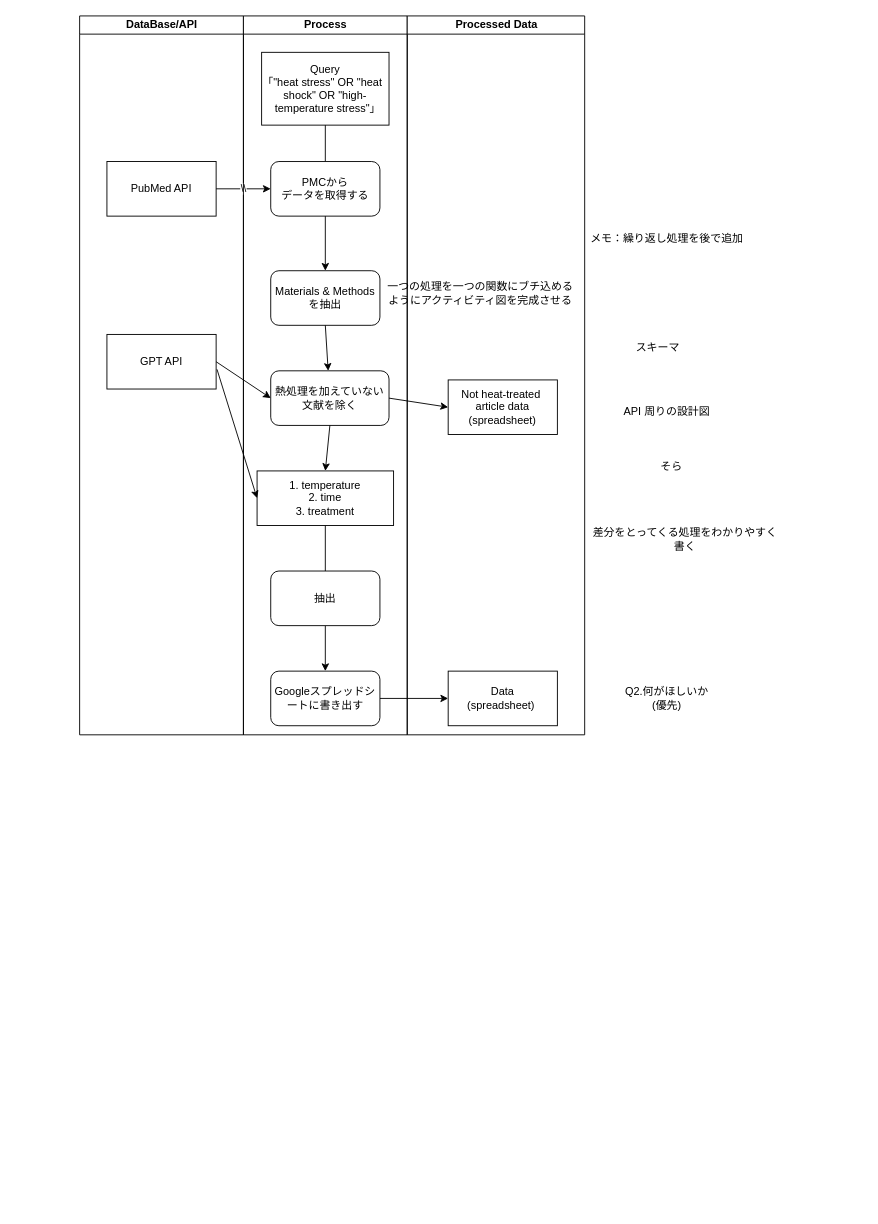
Earlier version of the draw.io diagram documents/yonezawa.drawio (dogrun-inc/research_extract). Source tidied: cells renumbered, new cells numbered last; positions are measured from the earlier drawing's top-left corner, leaving out a move shared by most shapes. Both pictures are drawn from the tidied source at 91%, with x=0, y=0 at pixel (79, 15).
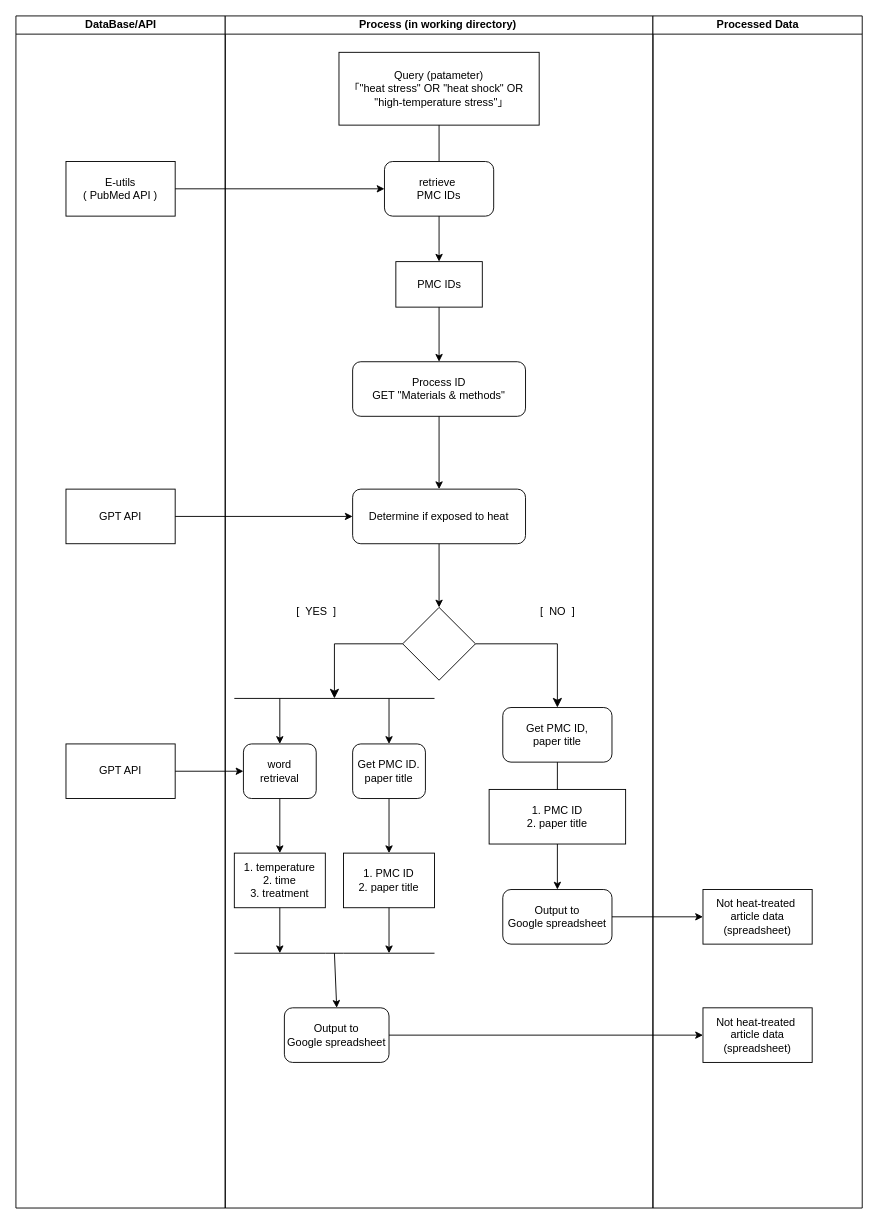
The same page after the edit.

Change to the diagram source:
```diff
@@
     <mxCell id="2" value="DataBase/API" style="swimlane;startSize=20;html=1;fillColor=default;swimlaneFillColor=default;" parent="1" vertex="1">
-      <mxGeometry width="180" height="790" as="geometry" />
+      <mxGeometry x="-70" width="230" height="1310" as="geometry" />
     </mxCell>
-    <mxCell id="3" value="PubMed API" style="rounded=0;whiteSpace=wrap;html=1;" parent="2" vertex="1">
-      <mxGeometry x="30" y="160" width="120" height="60" as="geometry" />
+    <mxCell id="3" value="E-utils&lt;br&gt;( PubMed API )" style="rounded=0;whiteSpace=wrap;html=1;" parent="2" vertex="1">
+      <mxGeometry x="55" y="160" width="120" height="60" as="geometry" />
     </mxCell>
     <mxCell id="4" value="GPT API" style="rounded=0;whiteSpace=wrap;html=1;" parent="2" vertex="1">
-      <mxGeometry x="30" y="350" width="120" height="60" as="geometry" />
+      <mxGeometry x="55" y="520" width="120" height="60" as="geometry" />
     </mxCell>
-    <mxCell id="5" value="\\" style="endArrow=classic;html=1;exitX=1;exitY=0.5;exitDx=0;exitDy=0;entryX=0;entryY=0.5;entryDx=0;entryDy=0;" parent="1" edge="1" source="3" target="11">
-      <mxGeometry relative="1" as="geometry" />
-    </mxCell>
-    <mxCell id="6" style="endArrow=classic;html=1;exitX=1;exitY=0.5;exitDx=0;exitDy=0;entryX=0;entryY=0.5;entryDx=0;entryDy=0;" parent="1" edge="1" source="17" target="21">
-      <mxGeometry relative="1" as="geometry" />
-    </mxCell>
+    <mxCell id="34" value="GPT API" style="rounded=0;whiteSpace=wrap;html=1;" parent="2" vertex="1">
+      <mxGeometry x="55" y="800" width="120" height="60" as="geometry" />
+    </mxCell>
-    <mxCell id="7" value="Process&lt;br&gt;" style="swimlane;startSize=20;html=1;" parent="1" vertex="1">
-      <mxGeometry x="180" width="180" height="790" as="geometry" />
+    <mxCell id="7" value="Process (in working directory)&amp;nbsp;" style="swimlane;startSize=20;html=1;" parent="1" vertex="1">
+      <mxGeometry x="160" width="470" height="1310" as="geometry" />
     </mxCell>
-    <mxCell id="8" value="Query&lt;br&gt;｢&quot;heat stress&quot; OR &quot;heat shock&quot; OR &quot;high-temperature stress&quot;｣" style="rounded=0;whiteSpace=wrap;html=1;" parent="7" vertex="1">
-      <mxGeometry x="20" y="40" width="140" height="80" as="geometry" />
+    <mxCell id="8" value="Query (patameter)&lt;br&gt;｢&quot;heat stress&quot; OR &quot;heat shock&quot; OR &quot;high-temperature stress&quot;｣" style="rounded=0;whiteSpace=wrap;html=1;" parent="7" vertex="1">
+      <mxGeometry x="125" y="40" width="220" height="80" as="geometry" />
     </mxCell>
@@
-    <mxCell id="10" value="熱処理を加えていない文献を除く" style="rounded=1;whiteSpace=wrap;html=1;" parent="7" vertex="1">
-      <mxGeometry x="30" y="390" width="130" height="60" as="geometry" />
-    </mxCell>
-    <mxCell id="11" value="PMCから&lt;br&gt;データを取得する" style="rounded=1;whiteSpace=wrap;html=1;" parent="7" vertex="1">
-      <mxGeometry x="30" y="160" width="120" height="60" as="geometry" />
+    <mxCell id="11" value="retrieve&amp;nbsp;&lt;br&gt;PMC IDs" style="rounded=1;whiteSpace=wrap;html=1;" parent="7" vertex="1">
+      <mxGeometry x="175" y="160" width="120" height="60" as="geometry" />
     </mxCell>
-    <mxCell id="12" style="endArrow=classic;html=1;exitX=0.5;exitY=1;exitDx=0;exitDy=0;entryX=0.5;entryY=0;entryDx=0;entryDy=0;" parent="7" edge="1" source="11" target="14">
+    <mxCell id="12" style="endArrow=classic;html=1;exitX=0.5;exitY=1;exitDx=0;exitDy=0;entryX=0.5;entryY=0;entryDx=0;entryDy=0;" parent="7" edge="1" source="11" target="33">
       <mxGeometry relative="1" as="geometry" />
     </mxCell>
     <mxCell id="13" value="1. temperature&lt;br&gt;2. time&lt;br&gt;3. treatment" style="rounded=0;whiteSpace=wrap;html=1;" parent="7" vertex="1">
-      <mxGeometry x="15" y="500" width="150" height="60" as="geometry" />
+      <mxGeometry x="10" y="920" width="100" height="60" as="geometry" />
     </mxCell>
-    <mxCell id="14" value="Materials &amp;amp; Methods&lt;br&gt;を抽出" style="rounded=1;whiteSpace=wrap;html=1;" parent="7" vertex="1">
-      <mxGeometry x="30" y="280" width="120" height="60" as="geometry" />
-    </mxCell>
-    <mxCell id="15" style="endArrow=classic;html=1;exitX=0.5;exitY=1;exitDx=0;exitDy=0;" parent="7" edge="1" source="14" target="10">
-      <mxGeometry relative="1" as="geometry" />
-    </mxCell>
-    <mxCell id="16" style="endArrow=classic;html=1;exitX=0.5;exitY=1;exitDx=0;exitDy=0;entryX=0.5;entryY=0;entryDx=0;entryDy=0;" parent="7" edge="1" source="10" target="13">
-      <mxGeometry relative="1" as="geometry" />
-    </mxCell>
-    <mxCell id="17" value="Googleスプレッドシートに書き出す" style="rounded=1;whiteSpace=wrap;html=1;" parent="7" vertex="1">
-      <mxGeometry x="30" y="720" width="120" height="60" as="geometry" />
-    </mxCell>
-    <mxCell id="18" style="edgeStyle=none;html=1;" parent="7" edge="1" source="19" target="17">
-      <mxGeometry relative="1" as="geometry" />
-    </mxCell>
+    <mxCell id="33" value="PMC IDs" style="rounded=0;whiteSpace=wrap;html=1;" parent="7" vertex="1">
+      <mxGeometry x="187.5" y="270" width="95" height="50" as="geometry" />
+    </mxCell>
+    <mxCell id="35" style="edgeStyle=none;html=1;" parent="7" edge="1" source="19" target="52">
+      <mxGeometry relative="1" as="geometry" />
+    </mxCell>
-    <mxCell id="19" value="抽出" style="rounded=1;whiteSpace=wrap;html=1;" parent="7" vertex="1">
-      <mxGeometry x="30" y="610" width="120" height="60" as="geometry" />
+    <mxCell id="19" value="Get PMC ID.&lt;br&gt;paper title" style="rounded=1;whiteSpace=wrap;html=1;" parent="7" vertex="1">
+      <mxGeometry x="140" y="800" width="80" height="60" as="geometry" />
     </mxCell>
+    <mxCell id="36" value="Process ID&lt;br&gt;GET &quot;Materials &amp;amp; methods&quot;" style="rounded=1;whiteSpace=wrap;html=1;" parent="7" vertex="1">
+      <mxGeometry x="140" y="380" width="190" height="60" as="geometry" />
+    </mxCell>
+    <mxCell id="37" style="endArrow=classic;html=1;exitX=0.5;exitY=1;exitDx=0;exitDy=0;" parent="7" edge="1" source="33" target="36">
+      <mxGeometry relative="1" as="geometry" />
+    </mxCell>
+    <mxCell id="38" style="edgeStyle=none;html=1;" parent="7" edge="1" source="39" target="41">
+      <mxGeometry relative="1" as="geometry" />
+    </mxCell>
+    <mxCell id="39" value="Determine if exposed to heat" style="rounded=1;whiteSpace=wrap;html=1;" parent="7" vertex="1">
+      <mxGeometry x="140" y="520" width="190" height="60" as="geometry" />
+    </mxCell>
+    <mxCell id="40" style="endArrow=classic;html=1;exitX=0.5;exitY=1;exitDx=0;exitDy=0;entryX=0.5;entryY=0;entryDx=0;entryDy=0;" parent="7" edge="1" source="36" target="39">
+      <mxGeometry relative="1" as="geometry" />
+    </mxCell>
+    <mxCell id="41" style="rhombus;whiteSpace=wrap;html=1;strokeWidth=1;fillColor=none;" parent="7" vertex="1">
+      <mxGeometry x="195" y="650" width="80" height="80" as="geometry" />
+    </mxCell>
+    <mxCell id="42" value="[&amp;nbsp; YES&amp;nbsp; ]" style="text;html=1;align=center;verticalAlign=middle;strokeColor=none;fillColor=none;" parent="7" vertex="1">
+      <mxGeometry x="65" y="640" width="70" height="30" as="geometry" />
+    </mxCell>
+    <mxCell id="43" value="[&amp;nbsp; NO&amp;nbsp; ]" style="text;html=1;align=center;verticalAlign=middle;strokeColor=none;fillColor=none;" parent="7" vertex="1">
+      <mxGeometry x="335" y="640" width="60" height="30" as="geometry" />
+    </mxCell>
+    <mxCell id="44" style="edgeStyle=none;html=1;" parent="7" edge="1" source="45">
+      <mxGeometry relative="1" as="geometry">
+        <mxPoint x="365" y="860" as="targetPoint" />
+      </mxGeometry>
+    </mxCell>
+    <mxCell id="45" value="Get PMC ID, &lt;br&gt;paper title" style="rounded=1;whiteSpace=wrap;html=1;strokeWidth=1;fillColor=none;" parent="7" vertex="1">
+      <mxGeometry x="305" y="760" width="120" height="60" as="geometry" />
+    </mxCell>
+    <mxCell id="46" style="edgeStyle=none;html=1;" parent="7" edge="1" source="47" target="48">
+      <mxGeometry relative="1" as="geometry" />
+    </mxCell>
+    <mxCell id="47" value="1. PMC ID&lt;br&gt;2. paper title" style="rounded=0;whiteSpace=wrap;html=1;" parent="7" vertex="1">
+      <mxGeometry x="290" y="850" width="150" height="60" as="geometry" />
+    </mxCell>
+    <mxCell id="48" value="Output to &lt;br&gt;Google spreadsheet" style="rounded=1;whiteSpace=wrap;html=1;" parent="7" vertex="1">
+      <mxGeometry x="305" y="960" width="120" height="60" as="geometry" />
+    </mxCell>
+    <mxCell id="49" style="edgeStyle=segmentEdgeStyle;endArrow=classic;html=1;curved=0;rounded=0;endSize=8;startSize=8;exitX=1;exitY=0.5;exitDx=0;exitDy=0;entryX=0.5;entryY=0;entryDx=0;entryDy=0;" parent="7" edge="1" source="41" target="45">
+      <mxGeometry relative="1" as="geometry" />
+    </mxCell>
+    <mxCell id="50" style="edgeStyle=none;html=1;" parent="7" edge="1" source="51" target="13">
+      <mxGeometry relative="1" as="geometry" />
+    </mxCell>
+    <mxCell id="51" value="word &lt;br&gt;retrieval" style="rounded=1;whiteSpace=wrap;html=1;" parent="7" vertex="1">
+      <mxGeometry x="20" y="800" width="80" height="60" as="geometry" />
+    </mxCell>
+    <mxCell id="52" value="1. PMC ID&lt;br&gt;2. paper title" style="rounded=0;whiteSpace=wrap;html=1;" parent="7" vertex="1">
+      <mxGeometry x="130" y="920" width="100" height="60" as="geometry" />
+    </mxCell>
+    <mxCell id="53" style="endArrow=none;html=1;" parent="7" edge="1">
+      <mxGeometry relative="1" as="geometry">
+        <mxPoint x="230" y="1030" as="sourcePoint" />
+        <mxPoint x="10" y="1030" as="targetPoint" />
+        <Array as="points">
+          <mxPoint x="120" y="1030" />
+        </Array>
+      </mxGeometry>
+    </mxCell>
+    <mxCell id="54" value="Output to &lt;br&gt;Google spreadsheet" style="rounded=1;whiteSpace=wrap;html=1;" parent="7" vertex="1">
+      <mxGeometry x="65" y="1090" width="115" height="60" as="geometry" />
+    </mxCell>
     <mxCell id="20" value="Processed Data" style="swimlane;startSize=20;html=1;" parent="1" vertex="1">
-      <mxGeometry x="360" width="195" height="790" as="geometry" />
+      <mxGeometry x="630" width="230" height="1310" as="geometry" />
     </mxCell>
+    <mxCell id="22" value="Not heat-treated&amp;nbsp;&lt;br&gt;article data&lt;br&gt;(spreadsheet)" style="rounded=0;whiteSpace=wrap;html=1;" parent="20" vertex="1">
+      <mxGeometry x="55" y="960" width="120" height="60" as="geometry" />
+    </mxCell>
-    <mxCell id="21" value="Data&lt;br&gt;(spreadsheet)&amp;nbsp;" style="rounded=0;whiteSpace=wrap;html=1;" parent="20" vertex="1">
-      <mxGeometry x="45" y="720" width="120" height="60" as="geometry" />
+    <mxCell id="21" value="Not heat-treated&amp;nbsp;&lt;br&gt;article data&lt;br&gt;(spreadsheet)" style="rounded=0;whiteSpace=wrap;html=1;" parent="20" vertex="1">
+      <mxGeometry x="55" y="1090" width="120" height="60" as="geometry" />
     </mxCell>
-    <mxCell id="22" value="Not heat-treated&amp;nbsp;&lt;br&gt;article data&lt;br&gt;(spreadsheet)" style="rounded=0;whiteSpace=wrap;html=1;" parent="20" vertex="1">
-      <mxGeometry x="45" y="400" width="120" height="60" as="geometry" />
-    </mxCell>
-    <mxCell id="23" value="一つの処理を一つの関数にブチ込める&lt;br&gt;ようにアクティビティ図を完成させる" style="text;html=1;align=center;verticalAlign=middle;strokeColor=none;fillColor=none;" parent="20" vertex="1">
-      <mxGeometry x="-35" y="285" width="230" height="40" as="geometry" />
-    </mxCell>
-    <mxCell id="24" style="endArrow=classic;html=1;exitX=1;exitY=0.5;exitDx=0;exitDy=0;entryX=0;entryY=0.5;entryDx=0;entryDy=0;" parent="1" edge="1" source="10" target="22">
-      <mxGeometry relative="1" as="geometry" />
-    </mxCell>
-    <mxCell id="25" value="API 周りの設計図" style="text;html=1;align=center;verticalAlign=middle;strokeColor=none;fillColor=none;" parent="1" vertex="1">
-      <mxGeometry x="585" y="420" width="120" height="30" as="geometry" />
-    </mxCell>
-    <mxCell id="26" value="Q2.何がほしいか&lt;br&gt;(優先)" style="text;html=1;align=center;verticalAlign=middle;strokeColor=none;fillColor=none;" parent="1" vertex="1">
-      <mxGeometry x="590" y="730" width="110" height="40" as="geometry" />
-    </mxCell>
-    <mxCell id="27" style="endArrow=none;html=1;entryX=0.5;entryY=1;entryDx=0;entryDy=0;" parent="1" edge="1" target="13">
-      <mxGeometry relative="1" as="geometry">
-        <mxPoint x="270" y="610" as="sourcePoint" />
-      </mxGeometry>
-    </mxCell>
-    <mxCell id="28" style="endArrow=classic;html=1;entryX=0;entryY=0.5;entryDx=0;entryDy=0;exitX=1.008;exitY=0.639;exitDx=0;exitDy=0;exitPerimeter=0;" parent="1" edge="1" source="4" target="13">
+    <mxCell id="28" style="endArrow=classic;html=1;entryX=0;entryY=0.5;entryDx=0;entryDy=0;exitX=1;exitY=0.5;exitDx=0;exitDy=0;" parent="1" edge="1" source="4" target="39">
       <mxGeometry relative="1" as="geometry" />
     </mxCell>
-    <mxCell id="29" value="メモ：繰り返し処理を後で追加" style="text;html=1;align=center;verticalAlign=middle;strokeColor=none;fillColor=none;" parent="1" vertex="1">
-      <mxGeometry x="550" y="230" width="190" height="30" as="geometry" />
-    </mxCell>
-    <mxCell id="30" value="差分をとってくる処理をわかりやすく&lt;br&gt;書く" style="text;html=1;align=center;verticalAlign=middle;strokeColor=none;fillColor=none;" parent="1" vertex="1">
-      <mxGeometry x="550" y="555" width="230" height="40" as="geometry" />
-    </mxCell>
-    <mxCell id="31" value="スキーマ" style="text;html=1;align=center;verticalAlign=middle;strokeColor=none;fillColor=none;" parent="1" vertex="1">
-      <mxGeometry x="600" y="350" width="70" height="30" as="geometry" />
-    </mxCell>
-    <mxCell id="32" style="endArrow=classic;html=1;entryX=0;entryY=0.5;entryDx=0;entryDy=0;exitX=1;exitY=0.5;exitDx=0;exitDy=0;" parent="1" edge="1" source="4" target="10">
-      <mxGeometry relative="1" as="geometry" />
-    </mxCell>
-    <mxCell id="33" value="そら" style="text;html=1;align=center;verticalAlign=middle;points=[];strokeColor=none;fillColor=none;" parent="1" vertex="1">
-      <mxGeometry x="625" y="480" width="50" height="30" as="geometry" />
-    </mxCell>
+    <mxCell id="5" style="edgeStyle=none;html=1;" parent="1" edge="1" source="3" target="11">
+      <mxGeometry relative="1" as="geometry" />
+    </mxCell>
+    <mxCell id="55" style="edgeStyle=none;html=1;" parent="1" edge="1" source="48" target="22">
+      <mxGeometry relative="1" as="geometry" />
+    </mxCell>
+    <mxCell id="56" style="endArrow=none;html=1;" parent="1" edge="1">
+      <mxGeometry relative="1" as="geometry">
+        <mxPoint x="390" y="750" as="sourcePoint" />
+        <mxPoint x="170" y="750" as="targetPoint" />
+      </mxGeometry>
+    </mxCell>
+    <mxCell id="57" style="endArrow=classic;html=1;entryX=0.5;entryY=0;entryDx=0;entryDy=0;" parent="1" edge="1" target="19">
+      <mxGeometry relative="1" as="geometry">
+        <mxPoint x="340" y="750" as="sourcePoint" />
+      </mxGeometry>
+    </mxCell>
+    <mxCell id="58" style="edgeStyle=segmentEdgeStyle;endArrow=classic;html=1;curved=0;rounded=0;endSize=8;startSize=8;exitX=0;exitY=0.5;exitDx=0;exitDy=0;" parent="1" edge="1" source="41">
+      <mxGeometry relative="1" as="geometry">
+        <mxPoint x="280" y="750" as="targetPoint" />
+      </mxGeometry>
+    </mxCell>
+    <mxCell id="59" style="endArrow=classic;html=1;entryX=0.5;entryY=0;entryDx=0;entryDy=0;" parent="1" edge="1" target="51">
+      <mxGeometry relative="1" as="geometry">
+        <mxPoint x="220" y="750" as="sourcePoint" />
+      </mxGeometry>
+    </mxCell>
+    <mxCell id="60" style="edgeStyle=none;html=1;" parent="1" edge="1" source="34" target="51">
+      <mxGeometry relative="1" as="geometry" />
+    </mxCell>
+    <mxCell id="61" style="edgeStyle=none;html=1;" parent="1" edge="1" source="13">
+      <mxGeometry relative="1" as="geometry">
+        <mxPoint x="220" y="1030" as="targetPoint" />
+      </mxGeometry>
+    </mxCell>
+    <mxCell id="62" style="edgeStyle=none;html=1;exitX=0.5;exitY=1;exitDx=0;exitDy=0;" parent="1" edge="1" source="52">
+      <mxGeometry relative="1" as="geometry">
+        <mxPoint x="340" y="1030" as="targetPoint" />
+      </mxGeometry>
+    </mxCell>
+    <mxCell id="63" style="edgeStyle=none;html=1;entryX=0.5;entryY=0;entryDx=0;entryDy=0;" parent="1" edge="1" target="54">
+      <mxGeometry relative="1" as="geometry">
+        <mxPoint x="280" y="1030" as="sourcePoint" />
+      </mxGeometry>
+    </mxCell>
+    <mxCell id="6" style="endArrow=classic;html=1;exitX=1;exitY=0.5;exitDx=0;exitDy=0;entryX=0;entryY=0.5;entryDx=0;entryDy=0;" parent="1" edge="1" source="54" target="21">
+      <mxGeometry relative="1" as="geometry" />
+    </mxCell>
```
